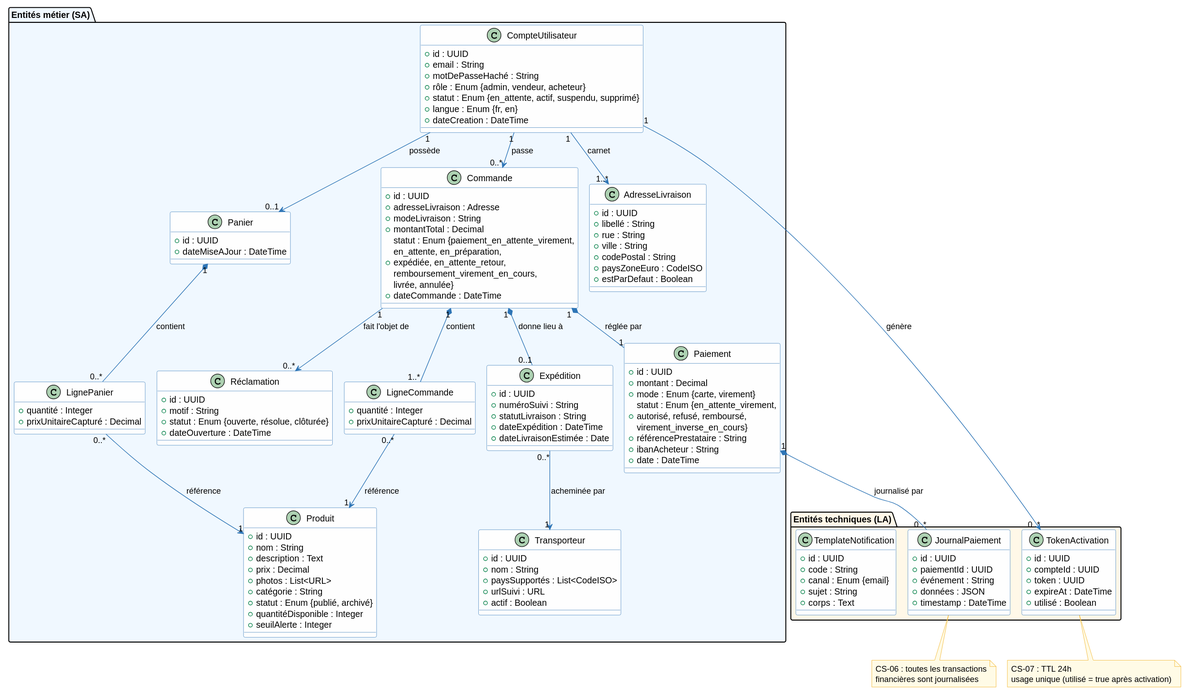
The PlantUML diagram architecture/03-logical-architecture/diagrams/la-classes.svg in louistalvande/online_shop, before a commit.
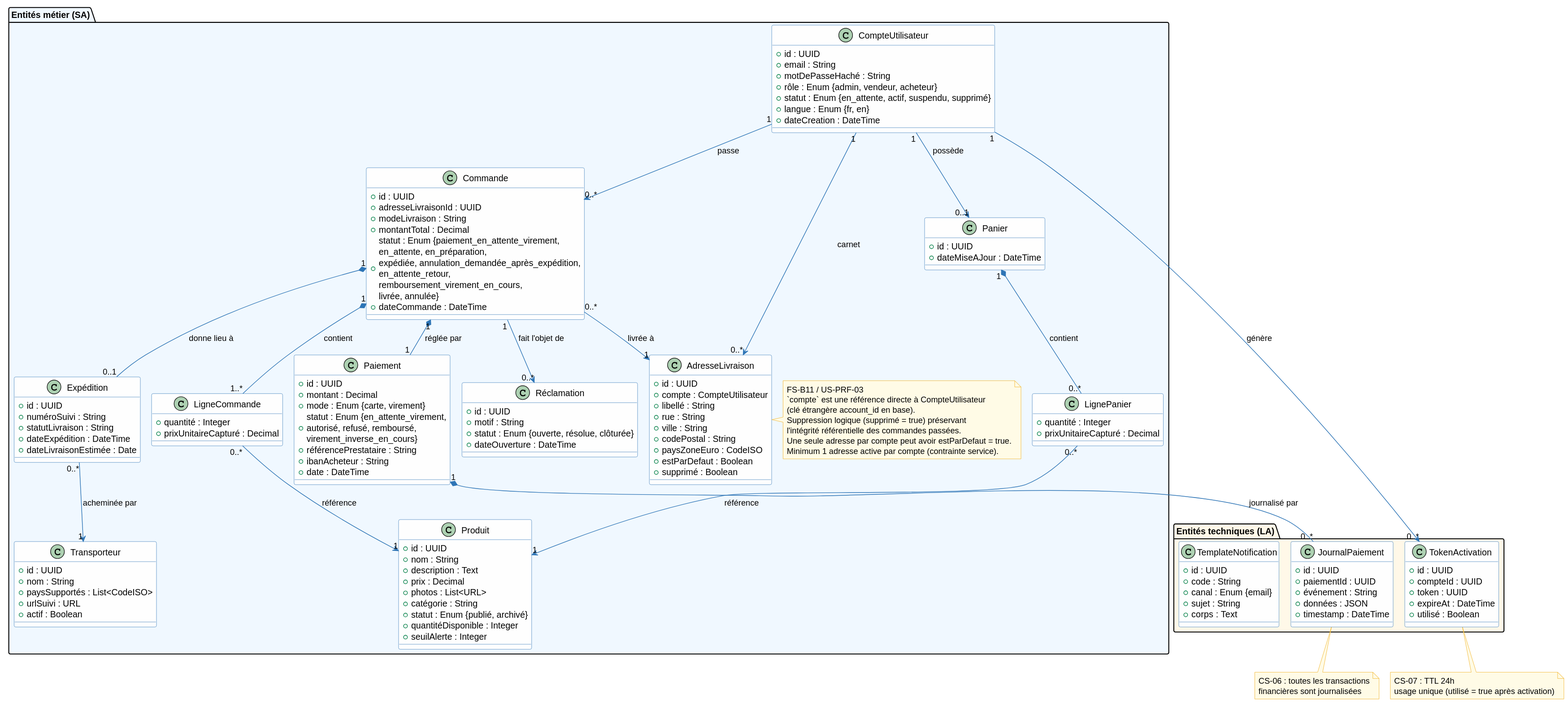
Above is the later version.

What changed in the source:
```diff
@@ -19,13 +19,24 @@
 
   class AdresseLivraison {
     + id : UUID
+    + compte : CompteUtilisateur
     + libellé : String
     + rue : String
     + ville : String
     + codePostal : String
     + paysZoneEuro : CodeISO
     + estParDefaut : Boolean
+    + supprimé : Boolean
   }
+  note right of AdresseLivraison
+    FS-B11 / US-PRF-03
+    `compte` est une référence directe à CompteUtilisateur
+    (clé étrangère account_id en base).
+    Suppression logique (supprimé = true) préservant
+    l'intégrité référentielle des commandes passées.
+    Une seule adresse par compte peut avoir estParDefaut = true.
+    Minimum 1 adresse active par compte (contrainte service).
+  end note
 
   class Produit {
     + id : UUID
@@ -51,10 +62,10 @@
 
   class Commande {
     + id : UUID
-    + adresseLivraison : Adresse
+    + adresseLivraisonId : UUID
     + modeLivraison : String
     + montantTotal : Decimal
-    + statut : Enum {paiement_en_attente_virement,\nen_attente, en_préparation,\nexpédiée, en_attente_retour,\nremboursement_virement_en_cours,\nlivrée, annulée}
+    + statut : Enum {paiement_en_attente_virement,\nen_attente, en_préparation,\nexpédiée, annulation_demandée_après_expédition,\nen_attente_retour,\nremboursement_virement_en_cours,\nlivrée, annulée}
     + dateCommande : DateTime
   }
 
@@ -125,9 +136,10 @@
 }
 
 CompteUtilisateur "1" --> "0..*" TokenActivation : génère
-CompteUtilisateur "1" --> "1..*" AdresseLivraison : carnet
+CompteUtilisateur "1" --> "0..*" AdresseLivraison : carnet
 CompteUtilisateur "1" --> "0..1" Panier : possède
 CompteUtilisateur "1" --> "0..*" Commande : passe
+Commande "0..*" --> "1" AdresseLivraison : livrée à
 Panier "1" *-- "0..*" LignePanier : contient
 LignePanier "0..*" --> "1" Produit : référence
 Commande "1" *-- "1..*" LigneCommande : contient
```
